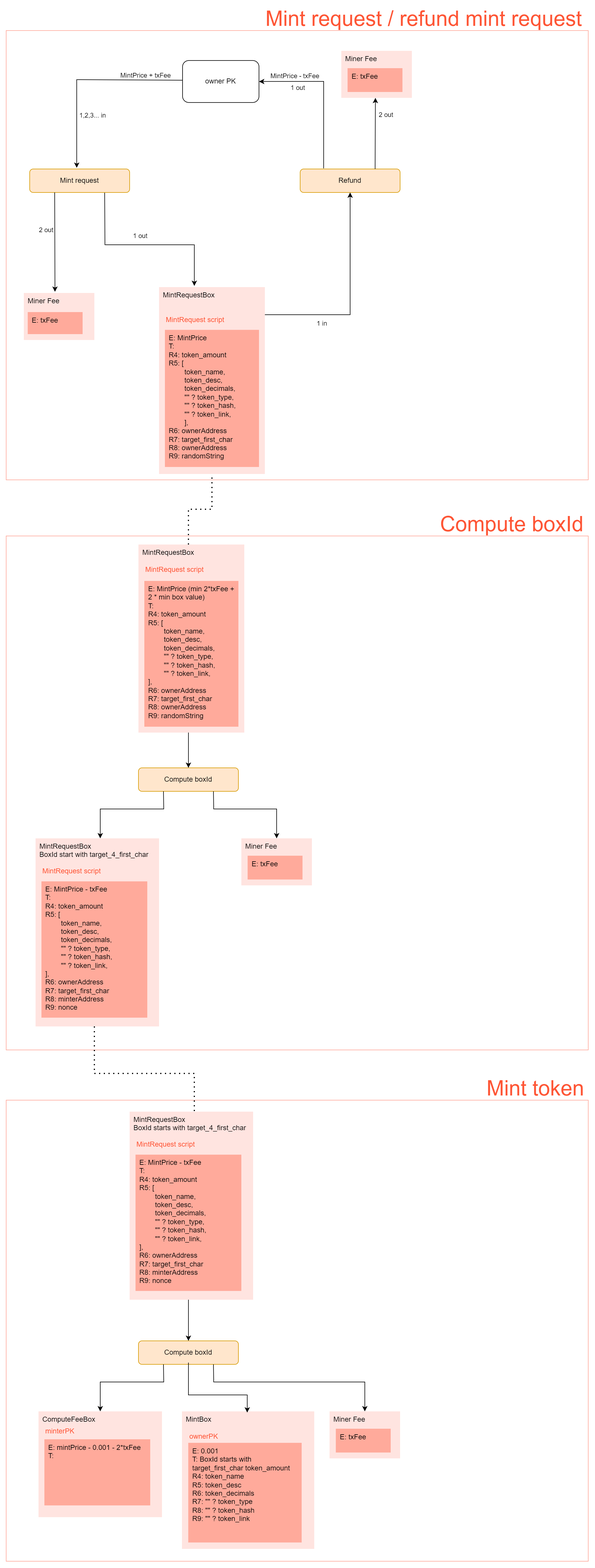
This is contract/CYTI_tx_details.drawio.png from ThierryM1212/cyti, a draw.io export, as it was before one commit. Source tidied: cells renumbered, new cells last; positions are measured from the earlier drawing's top-left corner, leaving out a move shared by most shapes.
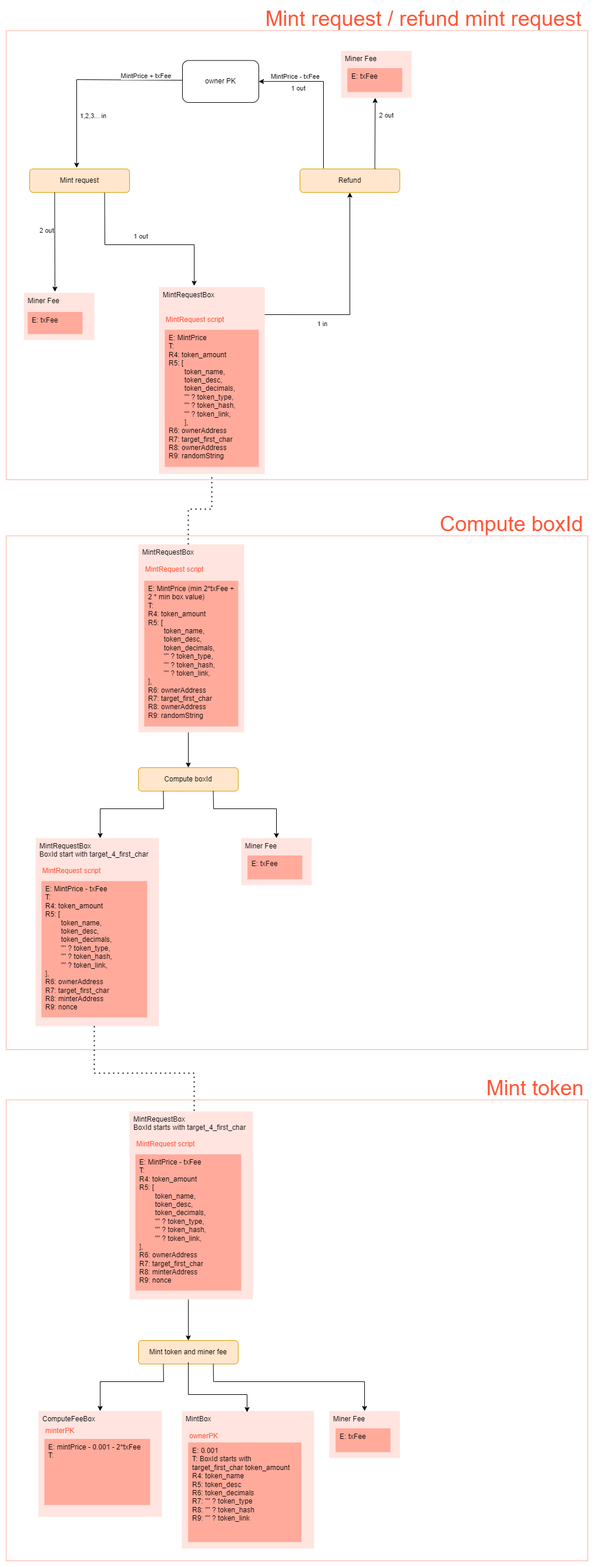
Later version of the same file.

The edit, as a diff of the source:
```diff
@@ -235,7 +235,7 @@
     <mxCell id="58" value="&lt;font style=&quot;font-size: 36px&quot;&gt;Mint token&lt;br&gt;&lt;/font&gt;" style="text;html=1;align=center;verticalAlign=middle;strokeColor=none;fillColor=none;fontSize=12;fontFamily=Helvetica;fontColor=#fe5535;rounded=0;labelBackgroundColor=none;" parent="1" vertex="1">
       <mxGeometry x="810" y="1820" width="180" height="30" as="geometry" />
     </mxCell>
-    <mxCell id="59" value="Compute boxId" style="rounded=1;whiteSpace=wrap;html=1;fillColor=#ffe6cc;strokeColor=#d79b00;" parent="1" vertex="1">
+    <mxCell id="59" value="Mint token and miner fee" style="rounded=1;whiteSpace=wrap;html=1;fillColor=#ffe6cc;strokeColor=#d79b00;" parent="1" vertex="1">
       <mxGeometry x="225" y="2265" width="170" height="40" as="geometry" />
     </mxCell>
     <mxCell id="60" style="group;" parent="1" vertex="1">
```
